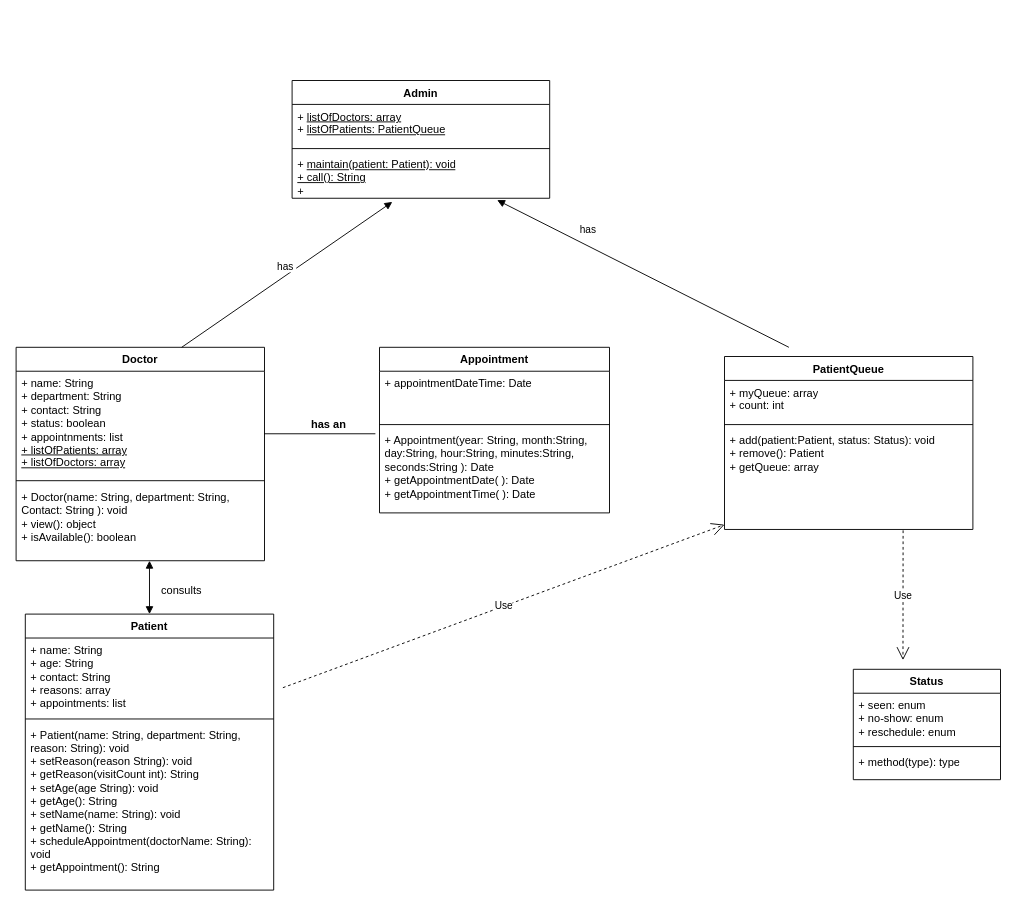
This is HealthLine App.drawio from Chiamie/HealthApp_JavaScript, a draw.io file, before an edit. Source tidied: cells renumbered, new cells numbered last; positions are measured from the earlier drawing's top-left corner, leaving out a move shared by most shapes. Both pictures are drawn from the tidied source at 92%, with x=0, y=0 at pixel (16, 80).
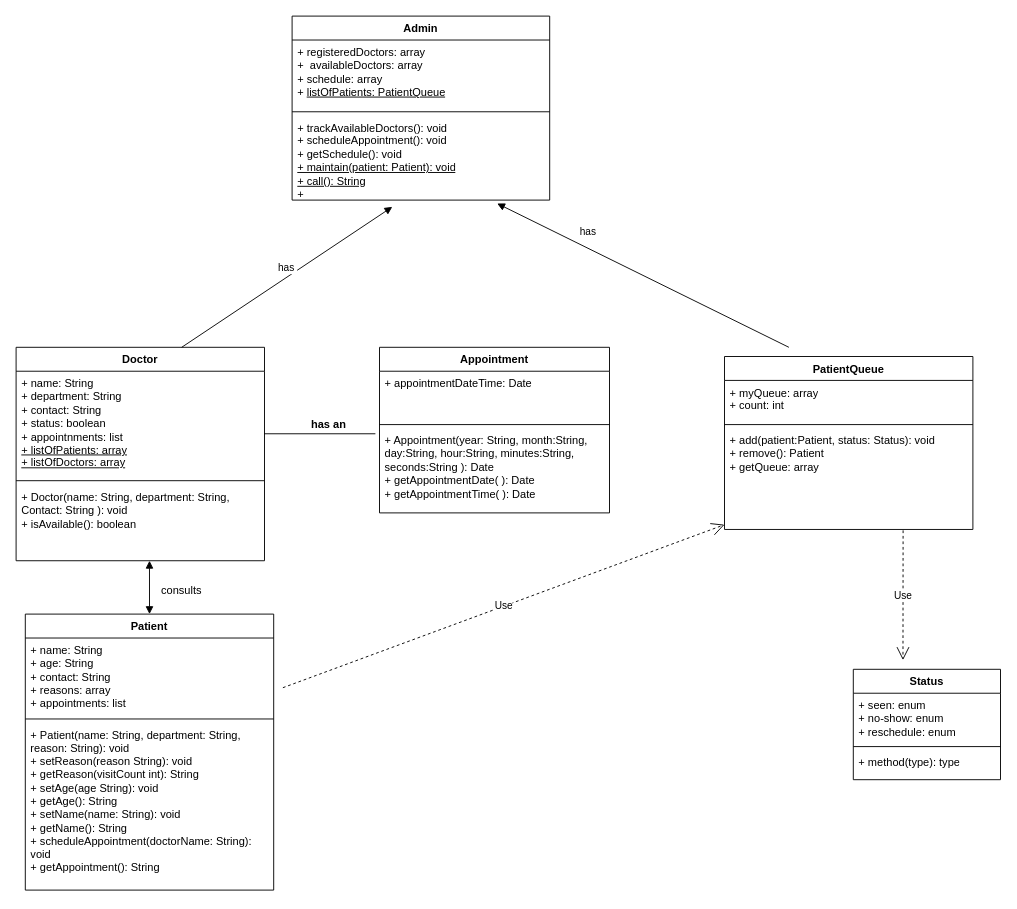
After the change.

Unchanged cells that the change refers to:
```xml
<mxCell id="3" value="Doctor" style="swimlane;fontStyle=1;align=center;verticalAlign=top;horizontal=1;startSize=26;whiteSpace=wrap;html=1;" parent="1" vertex="1">
  <mxGeometry y="290" width="270" height="232" as="geometry" />
</mxCell>
```

Change to the diagram source:
```diff
@@
-    <mxCell id="6" value="&lt;div&gt;+ Doctor&lt;span style=&quot;background-color: transparent;&quot;&gt;(name: String, department: String, Contact: String ): void&lt;/span&gt;&lt;/div&gt;&lt;div&gt;&lt;span style=&quot;background-color: transparent;&quot;&gt;+ view(): object&lt;/span&gt;&lt;/div&gt;&lt;div&gt;&lt;span style=&quot;background-color: transparent;&quot;&gt;+ isAvailable(): boolean&lt;/span&gt;&lt;/div&gt;&lt;div&gt;&lt;span style=&quot;background-color: transparent;&quot;&gt;&lt;br&gt;&lt;/span&gt;&lt;/div&gt;&lt;div&gt;&lt;span style=&quot;background-color: transparent;&quot;&gt;&lt;br&gt;&lt;/span&gt;&lt;/div&gt;&lt;div&gt;&lt;span style=&quot;background-color: transparent; color: light-dark(rgb(0, 0, 0), rgb(255, 255, 255));&quot;&gt;&lt;br&gt;&lt;/span&gt;&lt;/div&gt;" style="text;strokeColor=none;fillColor=none;align=left;verticalAlign=top;spacingLeft=4;spacingRight=4;overflow=hidden;points=[[0,0.5],[1,0.5]];portConstraint=eastwest;whiteSpace=wrap;html=1;" parent="3" vertex="1">
+    <mxCell id="6" value="&lt;div&gt;+ Doctor&lt;span style=&quot;background-color: transparent;&quot;&gt;(name: String, department: String, Contact: String ): void&lt;/span&gt;&lt;/div&gt;&lt;div&gt;&lt;span style=&quot;background-color: transparent;&quot;&gt;+ isAvailable(): boolean&lt;/span&gt;&lt;/div&gt;&lt;div&gt;&lt;span style=&quot;background-color: transparent;&quot;&gt;&lt;br&gt;&lt;/span&gt;&lt;/div&gt;&lt;div&gt;&lt;span style=&quot;background-color: transparent;&quot;&gt;&lt;br&gt;&lt;/span&gt;&lt;/div&gt;&lt;div&gt;&lt;span style=&quot;background-color: transparent; color: light-dark(rgb(0, 0, 0), rgb(255, 255, 255));&quot;&gt;&lt;br&gt;&lt;/span&gt;&lt;/div&gt;" style="text;strokeColor=none;fillColor=none;align=left;verticalAlign=top;spacingLeft=4;spacingRight=4;overflow=hidden;points=[[0,0.5],[1,0.5]];portConstraint=eastwest;whiteSpace=wrap;html=1;" parent="3" vertex="1">
       <mxGeometry y="150" width="270" height="82" as="geometry" />
     </mxCell>
@@
     <mxCell id="25" value="Admin" style="swimlane;fontStyle=1;align=center;verticalAlign=top;horizontal=1;startSize=26;whiteSpace=wrap;html=1;" parent="1" vertex="1">
-      <mxGeometry x="300" width="280" height="128" as="geometry" />
+      <mxGeometry x="300" y="-70" width="280" height="200" as="geometry" />
     </mxCell>
-    <mxCell id="26" value="+&amp;nbsp;&lt;u style=&quot;background-color: transparent; color: light-dark(rgb(0, 0, 0), rgb(255, 255, 255));&quot;&gt;listOfDoctors: array&lt;/u&gt;&lt;div&gt;+ &lt;u&gt;listOfPatients: PatientQueue&lt;/u&gt;&lt;u style=&quot;background-color: transparent; color: light-dark(rgb(0, 0, 0), rgb(255, 255, 255));&quot;&gt;&lt;/u&gt;&lt;/div&gt;" style="text;strokeColor=none;fillColor=none;align=left;verticalAlign=top;spacingLeft=4;spacingRight=4;overflow=hidden;whiteSpace=wrap;html=1;" parent="25" vertex="1">
-      <mxGeometry y="26" width="280" height="44" as="geometry" />
+    <mxCell id="26" value="+ registered&lt;span style=&quot;background-color: transparent; color: light-dark(rgb(0, 0, 0), rgb(255, 255, 255));&quot;&gt;Doctors: array&lt;/span&gt;&lt;div&gt;+&amp;nbsp;&amp;nbsp;availableDoctors: array&lt;/div&gt;&lt;div&gt;+ schedule: array&lt;br&gt;&lt;div&gt;+ &lt;u&gt;listOfPatients: PatientQueue&lt;/u&gt;&lt;u style=&quot;background-color: transparent; color: light-dark(rgb(0, 0, 0), rgb(255, 255, 255));&quot;&gt;&lt;/u&gt;&lt;/div&gt;&lt;/div&gt;" style="text;strokeColor=none;fillColor=none;align=left;verticalAlign=top;spacingLeft=4;spacingRight=4;overflow=hidden;whiteSpace=wrap;html=1;" parent="25" vertex="1">
+      <mxGeometry y="26" width="280" height="74" as="geometry" />
     </mxCell>
     <mxCell id="27" style="line;strokeWidth=1;fillColor=none;align=left;verticalAlign=middle;spacingTop=-1;spacingLeft=3;spacingRight=3;labelPosition=right;strokeColor=inherit;" parent="25" vertex="1">
-      <mxGeometry y="70" width="280" height="8" as="geometry" />
+      <mxGeometry y="100" width="280" height="8" as="geometry" />
     </mxCell>
-    <mxCell id="28" value="+ &lt;u&gt;maintain(patient: Patient): void&lt;/u&gt;&lt;div&gt;&lt;u&gt;+ call(): String&lt;/u&gt;&lt;/div&gt;&lt;div&gt;+&amp;nbsp;&lt;/div&gt;" style="text;strokeColor=none;fillColor=none;align=left;verticalAlign=top;spacingLeft=4;spacingRight=4;overflow=hidden;points=[[0,0.5],[1,0.5]];portConstraint=eastwest;whiteSpace=wrap;html=1;" parent="25" vertex="1">
-      <mxGeometry y="78" width="280" height="50" as="geometry" />
+    <mxCell id="28" value="+ trackAvailableDoctors(): void&lt;div&gt;+ scheduleAppointment(): void&lt;/div&gt;&lt;div&gt;+ getSchedule(): void&lt;/div&gt;&lt;div&gt;&lt;u style=&quot;background-color: transparent; color: light-dark(rgb(0, 0, 0), rgb(255, 255, 255));&quot;&gt;+ maintain(patient: Patient): void&lt;/u&gt;&lt;div&gt;&lt;div&gt;&lt;u&gt;+ call(): String&lt;/u&gt;&lt;/div&gt;&lt;div&gt;+&amp;nbsp;&lt;/div&gt;&lt;/div&gt;&lt;/div&gt;" style="text;strokeColor=none;fillColor=none;align=left;verticalAlign=top;spacingLeft=4;spacingRight=4;overflow=hidden;points=[[0,0.5],[1,0.5]];portConstraint=eastwest;whiteSpace=wrap;html=1;" parent="25" vertex="1">
+      <mxGeometry y="108" width="280" height="92" as="geometry" />
     </mxCell>
```
